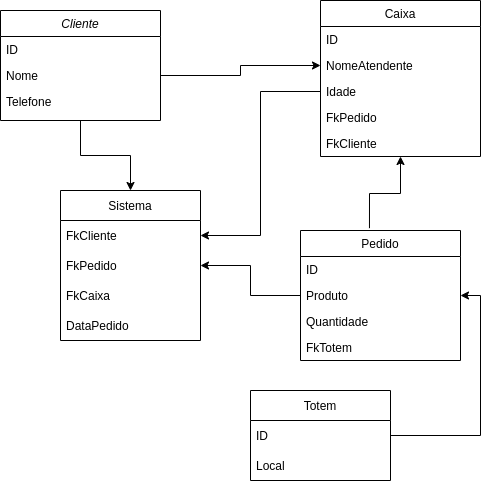
Before: Untitled Diagram.drawio.png, a diagram exported from draw.io (MatheusSs17/SAIR-DO-GITHUB). Source tidied: cells renumbered, new cells last; positions are measured from the earlier drawing's top-left corner, leaving out a move shared by most shapes.
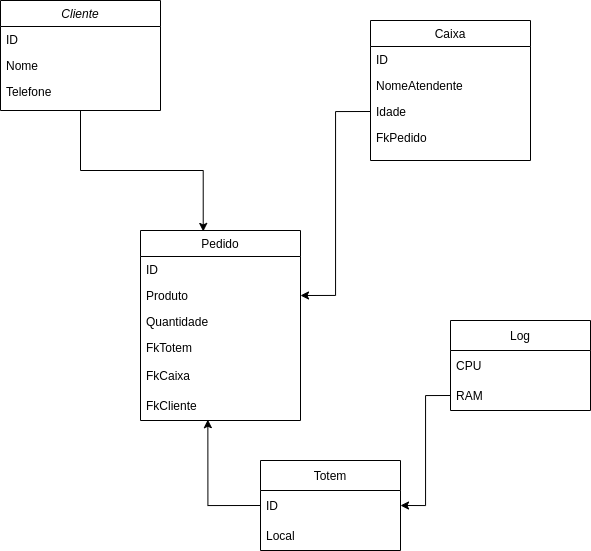
After the change.

Diff of the diagram source:
```diff
@@ -2,11 +2,11 @@
   <root>
     <mxCell id="0" />
     <mxCell id="1" parent="0" />
-    <mxCell id="2" style="edgeStyle=orthogonalEdgeStyle;rounded=0;jettySize=auto;html=1;exitX=0.5;exitY=1;exitDx=0;exitDy=0;startArrow=none;startFill=0;endArrow=classic;endFill=1;strokeColor=#000000;" parent="1" edge="1" source="3" target="20">
-      <mxGeometry relative="1" as="geometry" />
-    </mxCell>
+    <mxCell id="31" style="edgeStyle=orthogonalEdgeStyle;rounded=0;jettySize=auto;html=1;exitX=0.5;exitY=1;exitDx=0;exitDy=0;entryX=0.392;entryY=0.005;entryDx=0;entryDy=0;entryPerimeter=0;startArrow=none;startFill=0;endArrow=classic;endFill=1;strokeColor=#000000;" parent="1" edge="1" source="3" target="7">
+      <mxGeometry relative="1" as="geometry" />
+    </mxCell>
     <mxCell id="3" value="Cliente" style="swimlane;fontStyle=2;align=center;verticalAlign=top;horizontal=1;startSize=26;rounded=0;shadow=0;strokeWidth=1;" parent="1" vertex="1">
-      <mxGeometry y="10" width="160" height="110" as="geometry" />
+      <mxGeometry x="-50" y="-20" width="160" height="110" as="geometry" />
     </mxCell>
     <mxCell id="4" value="ID" style="text;align=left;verticalAlign=top;spacingLeft=4;spacingRight=4;overflow=hidden;" parent="3" vertex="1">
       <mxGeometry y="26" width="160" height="26" as="geometry" />
@@ -18,7 +18,7 @@
       <mxGeometry y="78" width="160" height="26" as="geometry" />
     </mxCell>
     <mxCell id="7" value="Pedido" style="swimlane;fontStyle=0;align=center;verticalAlign=top;horizontal=1;startSize=26;rounded=0;shadow=0;strokeWidth=1;" parent="1" vertex="1">
-      <mxGeometry x="300" y="230" width="160" height="130" as="geometry" />
+      <mxGeometry x="90" y="210" width="160" height="190" as="geometry" />
     </mxCell>
     <mxCell id="8" value="ID" style="text;align=left;verticalAlign=top;spacingLeft=4;spacingRight=4;overflow=hidden;" parent="7" vertex="1">
       <mxGeometry y="26" width="160" height="26" as="geometry" />
@@ -32,11 +32,14 @@
     <mxCell id="11" value="FkTotem" style="text;align=left;verticalAlign=top;spacingLeft=4;spacingRight=4;overflow=hidden;" parent="7" vertex="1">
       <mxGeometry y="104" width="160" height="26" as="geometry" />
     </mxCell>
-    <mxCell id="12" style="edgeStyle=orthogonalEdgeStyle;rounded=0;jettySize=auto;html=1;exitX=0.5;exitY=1;exitDx=0;exitDy=0;entryX=0.431;entryY=-0.018;entryDx=0;entryDy=0;entryPerimeter=0;startArrow=classic;startFill=1;endArrow=none;endFill=0;strokeColor=#000000;" parent="1" edge="1" source="13" target="7">
-      <mxGeometry relative="1" as="geometry" />
-    </mxCell>
+    <mxCell id="23" value="FkCaixa" style="text;strokeColor=none;fillColor=none;align=left;verticalAlign=middle;spacingLeft=4;spacingRight=4;overflow=hidden;" parent="7" vertex="1">
+      <mxGeometry y="130" width="160" height="30" as="geometry" />
+    </mxCell>
+    <mxCell id="21" value="FkCliente" style="text;strokeColor=none;fillColor=none;align=left;verticalAlign=middle;spacingLeft=4;spacingRight=4;overflow=hidden;points=[[0,0.5],[1,0.5]];portConstraint=eastwest;" parent="7" vertex="1">
+      <mxGeometry y="160" width="160" height="30" as="geometry" />
+    </mxCell>
     <mxCell id="13" value="Caixa" style="swimlane;fontStyle=0;align=center;verticalAlign=top;horizontal=1;startSize=26;rounded=0;shadow=0;strokeWidth=1;" parent="1" vertex="1">
-      <mxGeometry x="320" width="160" height="156" as="geometry" />
+      <mxGeometry x="320" width="160" height="140" as="geometry" />
     </mxCell>
     <mxCell id="14" value="ID" style="text;align=left;verticalAlign=top;spacingLeft=4;spacingRight=4;overflow=hidden;" parent="13" vertex="1">
       <mxGeometry y="26" width="160" height="26" as="geometry" />
@@ -50,35 +53,11 @@
     <mxCell id="17" value="FkPedido" style="text;align=left;verticalAlign=top;spacingLeft=4;spacingRight=4;overflow=hidden;rounded=0;shadow=0;html=0;" parent="13" vertex="1">
       <mxGeometry y="104" width="160" height="26" as="geometry" />
     </mxCell>
-    <mxCell id="18" value="FkCliente" style="text;align=left;verticalAlign=top;spacingLeft=4;spacingRight=4;overflow=hidden;rounded=0;shadow=0;html=0;" parent="13" vertex="1">
-      <mxGeometry y="130" width="160" height="26" as="geometry" />
-    </mxCell>
-    <mxCell id="19" style="edgeStyle=orthogonalEdgeStyle;rounded=0;jettySize=auto;html=1;exitX=1;exitY=0.5;exitDx=0;exitDy=0;startArrow=none;startFill=0;endArrow=classic;endFill=1;strokeColor=#000000;entryX=0;entryY=0.5;entryDx=0;entryDy=0;" parent="1" edge="1" source="5" target="15">
-      <mxGeometry relative="1" as="geometry" />
-    </mxCell>
-    <mxCell id="20" value="Sistema" style="swimlane;fontStyle=0;horizontal=1;startSize=30;" parent="1" vertex="1">
-      <mxGeometry x="60" y="190" width="140" height="150" as="geometry" />
-    </mxCell>
-    <mxCell id="21" value="FkCliente" style="text;strokeColor=none;fillColor=none;align=left;verticalAlign=middle;spacingLeft=4;spacingRight=4;overflow=hidden;points=[[0,0.5],[1,0.5]];portConstraint=eastwest;" parent="20" vertex="1">
-      <mxGeometry y="30" width="140" height="30" as="geometry" />
-    </mxCell>
-    <mxCell id="22" value="FkPedido" style="text;strokeColor=none;fillColor=none;align=left;verticalAlign=middle;spacingLeft=4;spacingRight=4;overflow=hidden;points=[[0,0.5],[1,0.5]];portConstraint=eastwest;" parent="20" vertex="1">
-      <mxGeometry y="60" width="140" height="30" as="geometry" />
-    </mxCell>
-    <mxCell id="23" value="FkCaixa" style="text;strokeColor=none;fillColor=none;align=left;verticalAlign=middle;spacingLeft=4;spacingRight=4;overflow=hidden;" parent="20" vertex="1">
-      <mxGeometry y="90" width="140" height="30" as="geometry" />
-    </mxCell>
-    <mxCell id="24" value="DataPedido" style="text;strokeColor=none;fillColor=none;align=left;verticalAlign=middle;spacingLeft=4;spacingRight=4;overflow=hidden;" parent="20" vertex="1">
-      <mxGeometry y="120" width="140" height="30" as="geometry" />
-    </mxCell>
-    <mxCell id="25" style="edgeStyle=orthogonalEdgeStyle;rounded=0;jettySize=auto;html=1;exitX=0;exitY=0.5;exitDx=0;exitDy=0;entryX=1;entryY=0.5;entryDx=0;entryDy=0;startArrow=none;startFill=0;endArrow=classic;endFill=1;strokeColor=#000000;" parent="1" edge="1" source="9" target="22">
-      <mxGeometry relative="1" as="geometry" />
-    </mxCell>
-    <mxCell id="26" style="edgeStyle=orthogonalEdgeStyle;rounded=0;jettySize=auto;html=1;exitX=0;exitY=0.5;exitDx=0;exitDy=0;entryX=1;entryY=0.5;entryDx=0;entryDy=0;startArrow=none;startFill=0;endArrow=classic;endFill=1;strokeColor=#000000;" parent="1" edge="1" source="16" target="21">
+    <mxCell id="26" style="edgeStyle=orthogonalEdgeStyle;rounded=0;jettySize=auto;html=1;exitX=0;exitY=0.5;exitDx=0;exitDy=0;entryX=1;entryY=0.5;entryDx=0;entryDy=0;startArrow=none;startFill=0;endArrow=classic;endFill=1;strokeColor=#000000;" parent="1" edge="1" source="16" target="9">
       <mxGeometry relative="1" as="geometry" />
     </mxCell>
     <mxCell id="27" value="Totem" style="swimlane;fontStyle=0;horizontal=1;startSize=30;" parent="1" vertex="1">
-      <mxGeometry x="250" y="390" width="140" height="90" as="geometry" />
+      <mxGeometry x="210" y="440" width="140" height="90" as="geometry" />
     </mxCell>
     <mxCell id="28" value="ID" style="text;strokeColor=none;fillColor=none;align=left;verticalAlign=middle;spacingLeft=4;spacingRight=4;overflow=hidden;points=[[0,0.5],[1,0.5]];portConstraint=eastwest;" parent="27" vertex="1">
       <mxGeometry y="30" width="140" height="30" as="geometry" />
@@ -86,8 +65,20 @@
     <mxCell id="29" value="Local" style="text;strokeColor=none;fillColor=none;align=left;verticalAlign=middle;spacingLeft=4;spacingRight=4;overflow=hidden;" parent="27" vertex="1">
       <mxGeometry y="60" width="140" height="30" as="geometry" />
     </mxCell>
-    <mxCell id="30" style="edgeStyle=orthogonalEdgeStyle;rounded=0;jettySize=auto;html=1;exitX=1;exitY=0.5;exitDx=0;exitDy=0;entryX=1;entryY=0.5;entryDx=0;entryDy=0;startArrow=classic;startFill=1;endArrow=none;endFill=0;strokeColor=#000000;" parent="1" edge="1" source="9" target="28">
-      <mxGeometry relative="1" as="geometry" />
-    </mxCell>
+    <mxCell id="32" style="edgeStyle=orthogonalEdgeStyle;rounded=0;jettySize=auto;html=1;exitX=0;exitY=0.5;exitDx=0;exitDy=0;startArrow=none;startFill=0;endArrow=classic;endFill=1;strokeColor=#000000;entryX=0.421;entryY=0.973;entryDx=0;entryDy=0;entryPerimeter=0;" parent="1" edge="1" source="28" target="21">
+      <mxGeometry relative="1" as="geometry" />
+    </mxCell>
+    <mxCell id="33" value="Log" style="swimlane;fontStyle=0;horizontal=1;startSize=30;fillColor=none;gradientColor=none;" parent="1" vertex="1">
+      <mxGeometry x="400" y="300" width="140" height="90" as="geometry" />
+    </mxCell>
+    <mxCell id="34" value="CPU" style="text;strokeColor=none;fillColor=none;align=left;verticalAlign=middle;spacingLeft=4;spacingRight=4;overflow=hidden;" parent="33" vertex="1">
+      <mxGeometry y="30" width="140" height="30" as="geometry" />
+    </mxCell>
+    <mxCell id="35" value="RAM" style="text;strokeColor=none;fillColor=none;align=left;verticalAlign=middle;spacingLeft=4;spacingRight=4;overflow=hidden;points=[[0,0.5],[1,0.5]];portConstraint=eastwest;" parent="33" vertex="1">
+      <mxGeometry y="60" width="140" height="30" as="geometry" />
+    </mxCell>
+    <mxCell id="36" style="edgeStyle=orthogonalEdgeStyle;rounded=0;jettySize=auto;html=1;exitX=0;exitY=0.5;exitDx=0;exitDy=0;entryX=1;entryY=0.5;entryDx=0;entryDy=0;startArrow=none;startFill=0;endArrow=classic;endFill=1;strokeColor=#000000;" parent="1" edge="1" source="35" target="28">
+      <mxGeometry relative="1" as="geometry" />
+    </mxCell>
   </root>
 </mxGraphModel>
```
